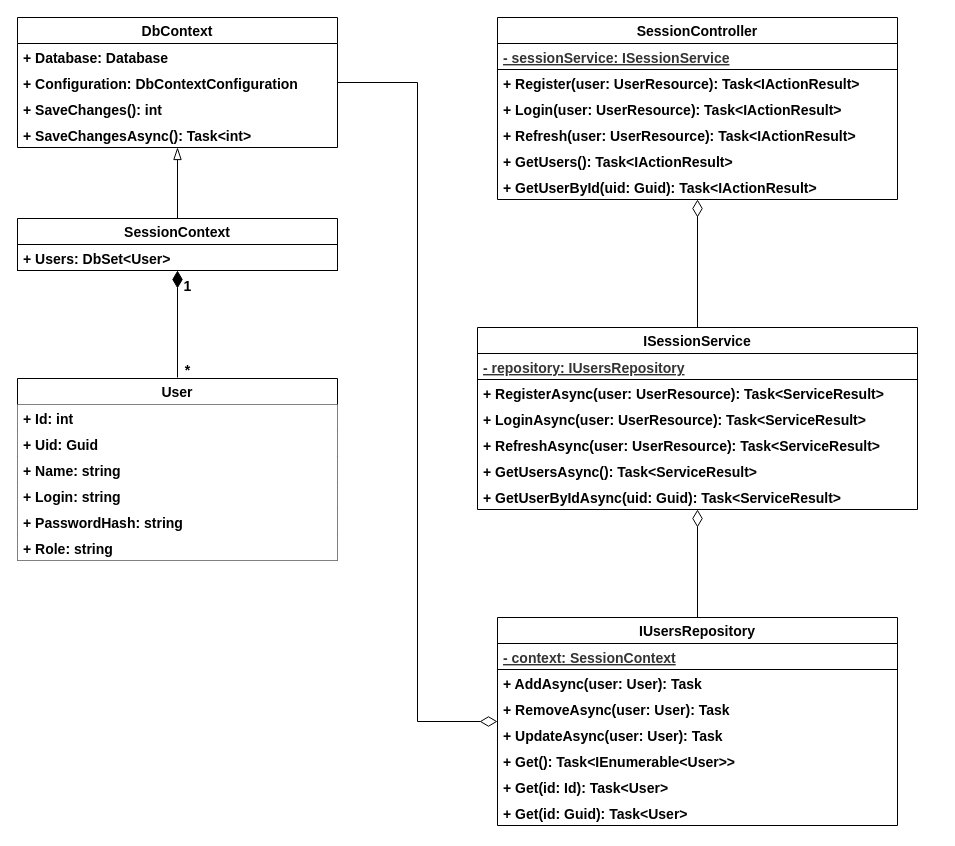
This is design_section/diagrams/services/session_service.drawio from qwerfah/software-engineering-methodology, a draw.io file, before an edit. Source tidied: cells renumbered, new cells numbered last; positions are measured from the earlier drawing's top-left corner, leaving out a move shared by most shapes. Both pictures are drawn from the tidied source at 100%, with x=0, y=0 at pixel (17, 17).
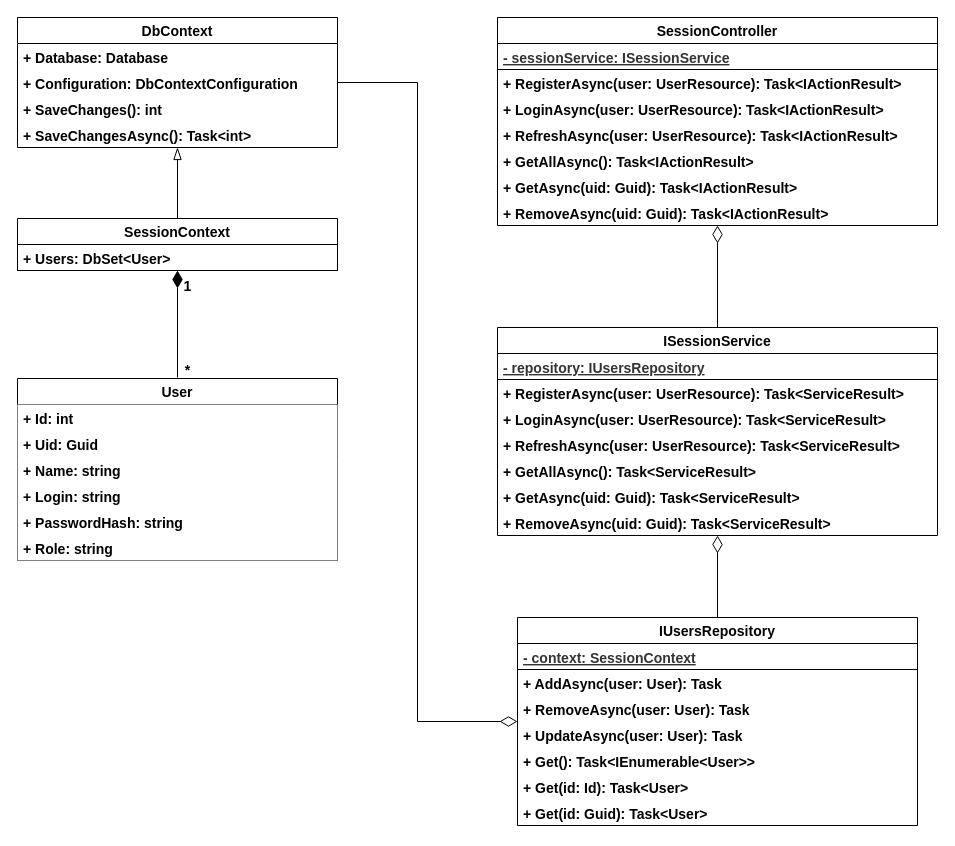
The same page after the edit.

Commit message (it also covers changes not shown here):
Classes specifications added.

Change to the diagram source:
```diff
@@
     <mxCell id="2" value="SessionController" style="swimlane;fontStyle=1;horizontal=1;startSize=26;fontSize=14;" parent="1" vertex="1">
-      <mxGeometry x="480" width="400" height="182" as="geometry" />
+      <mxGeometry x="480" width="440" height="208" as="geometry" />
     </mxCell>
     <mxCell id="3" value="- sessionService: ISessionService" style="text;align=left;verticalAlign=top;spacingLeft=4;spacingRight=4;overflow=hidden;fontStyle=5;fontSize=14;rounded=0;fontColor=#333333;strokeColor=#000000;fillColor=#FFFFFF;" parent="2" vertex="1">
-      <mxGeometry y="26" width="400" height="26" as="geometry" />
+      <mxGeometry y="26" width="440" height="26" as="geometry" />
     </mxCell>
-    <mxCell id="4" value="+ Register(user: UserResource): Task&lt;IActionResult&gt;" style="text;strokeColor=none;fillColor=none;align=left;verticalAlign=top;spacingLeft=4;spacingRight=4;overflow=hidden;fontStyle=1;fontSize=14;" parent="2" vertex="1">
-      <mxGeometry y="52" width="400" height="26" as="geometry" />
+    <mxCell id="4" value="+ RegisterAsync(user: UserResource): Task&lt;IActionResult&gt;" style="text;strokeColor=none;fillColor=none;align=left;verticalAlign=top;spacingLeft=4;spacingRight=4;overflow=hidden;fontStyle=1;fontSize=14;" parent="2" vertex="1">
+      <mxGeometry y="52" width="440" height="26" as="geometry" />
     </mxCell>
-    <mxCell id="5" value="+ Login(user: UserResource): Task&lt;IActionResult&gt;" style="text;strokeColor=none;fillColor=none;align=left;verticalAlign=top;spacingLeft=4;spacingRight=4;overflow=hidden;fontStyle=1;fontSize=14;" parent="2" vertex="1">
-      <mxGeometry y="78" width="400" height="26" as="geometry" />
+    <mxCell id="5" value="+ LoginAsync(user: UserResource): Task&lt;IActionResult&gt;" style="text;strokeColor=none;fillColor=none;align=left;verticalAlign=top;spacingLeft=4;spacingRight=4;overflow=hidden;fontStyle=1;fontSize=14;" parent="2" vertex="1">
+      <mxGeometry y="78" width="440" height="26" as="geometry" />
     </mxCell>
-    <mxCell id="6" value="+ Refresh(user: UserResource): Task&lt;IActionResult&gt;" style="text;strokeColor=none;fillColor=none;align=left;verticalAlign=top;spacingLeft=4;spacingRight=4;overflow=hidden;fontStyle=1;fontSize=14;" parent="2" vertex="1">
-      <mxGeometry y="104" width="400" height="26" as="geometry" />
+    <mxCell id="6" value="+ RefreshAsync(user: UserResource): Task&lt;IActionResult&gt;" style="text;strokeColor=none;fillColor=none;align=left;verticalAlign=top;spacingLeft=4;spacingRight=4;overflow=hidden;fontStyle=1;fontSize=14;" parent="2" vertex="1">
+      <mxGeometry y="104" width="440" height="26" as="geometry" />
     </mxCell>
-    <mxCell id="7" value="+ GetUsers(): Task&lt;IActionResult&gt;" style="text;strokeColor=none;fillColor=none;align=left;verticalAlign=top;spacingLeft=4;spacingRight=4;overflow=hidden;fontStyle=1;fontSize=14;" parent="2" vertex="1">
-      <mxGeometry y="130" width="400" height="26" as="geometry" />
+    <mxCell id="7" value="+ GetAllAsync(): Task&lt;IActionResult&gt;" style="text;strokeColor=none;fillColor=none;align=left;verticalAlign=top;spacingLeft=4;spacingRight=4;overflow=hidden;fontStyle=1;fontSize=14;" parent="2" vertex="1">
+      <mxGeometry y="130" width="440" height="26" as="geometry" />
     </mxCell>
+    <mxCell id="43" value="+ GetAsync(uid: Guid): Task&lt;IActionResult&gt;" style="text;strokeColor=none;fillColor=none;align=left;verticalAlign=top;spacingLeft=4;spacingRight=4;overflow=hidden;fontStyle=1;fontSize=14;" parent="2" vertex="1">
+      <mxGeometry y="156" width="440" height="26" as="geometry" />
+    </mxCell>
-    <mxCell id="8" value="+ GetUserById(uid: Guid): Task&lt;IActionResult&gt;" style="text;strokeColor=none;fillColor=none;align=left;verticalAlign=top;spacingLeft=4;spacingRight=4;overflow=hidden;fontStyle=1;fontSize=14;" parent="2" vertex="1">
-      <mxGeometry y="156" width="400" height="26" as="geometry" />
+    <mxCell id="8" value="+ RemoveAsync(uid: Guid): Task&lt;IActionResult&gt;" style="text;strokeColor=none;fillColor=none;align=left;verticalAlign=top;spacingLeft=4;spacingRight=4;overflow=hidden;fontStyle=1;fontSize=14;" parent="2" vertex="1">
+      <mxGeometry y="182" width="440" height="26" as="geometry" />
     </mxCell>
@@
     <mxCell id="10" value="ISessionService" style="swimlane;fontStyle=1;horizontal=1;startSize=26;fontSize=14;" parent="1" vertex="1">
-      <mxGeometry x="460" y="310" width="440" height="182" as="geometry" />
+      <mxGeometry x="480" y="310" width="440" height="208" as="geometry" />
     </mxCell>
@@
-    <mxCell id="15" value="+ GetUsersAsync(): Task&lt;ServiceResult&gt;" style="text;strokeColor=none;fillColor=none;align=left;verticalAlign=top;spacingLeft=4;spacingRight=4;overflow=hidden;fontStyle=1;fontSize=14;" parent="10" vertex="1">
+    <mxCell id="15" value="+ GetAllAsync(): Task&lt;ServiceResult&gt;" style="text;strokeColor=none;fillColor=none;align=left;verticalAlign=top;spacingLeft=4;spacingRight=4;overflow=hidden;fontStyle=1;fontSize=14;" parent="10" vertex="1">
       <mxGeometry y="130" width="440" height="26" as="geometry" />
     </mxCell>
-    <mxCell id="16" value="+ GetUserByIdAsync(uid: Guid): Task&lt;ServiceResult&gt;" style="text;strokeColor=none;fillColor=none;align=left;verticalAlign=top;spacingLeft=4;spacingRight=4;overflow=hidden;fontStyle=1;fontSize=14;" parent="10" vertex="1">
+    <mxCell id="16" value="+ GetAsync(uid: Guid): Task&lt;ServiceResult&gt;" style="text;strokeColor=none;fillColor=none;align=left;verticalAlign=top;spacingLeft=4;spacingRight=4;overflow=hidden;fontStyle=1;fontSize=14;" parent="10" vertex="1">
       <mxGeometry y="156" width="440" height="26" as="geometry" />
     </mxCell>
+    <mxCell id="44" value="+ RemoveAsync(uid: Guid): Task&lt;ServiceResult&gt;" style="text;strokeColor=none;fillColor=none;align=left;verticalAlign=top;spacingLeft=4;spacingRight=4;overflow=hidden;fontStyle=1;fontSize=14;" parent="10" vertex="1">
+      <mxGeometry y="182" width="440" height="26" as="geometry" />
+    </mxCell>
@@
     <mxCell id="18" value="IUsersRepository" style="swimlane;fontStyle=1;horizontal=1;startSize=26;fontSize=14;" parent="1" vertex="1">
-      <mxGeometry x="480" y="600" width="400" height="208" as="geometry" />
+      <mxGeometry x="500" y="600" width="400" height="208" as="geometry" />
     </mxCell>
```
